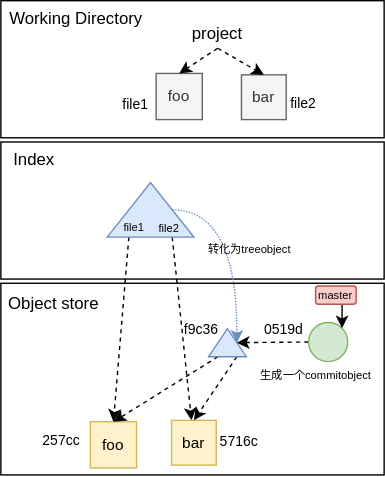
Earlier version of the draw.io export git_learning/git内部存储.drawio.svg (SixPlusAndTimes/drawio). Source tidied: cells renumbered, new cells last; positions are measured from the earlier drawing's top-left corner, leaving out a move shared by most shapes.
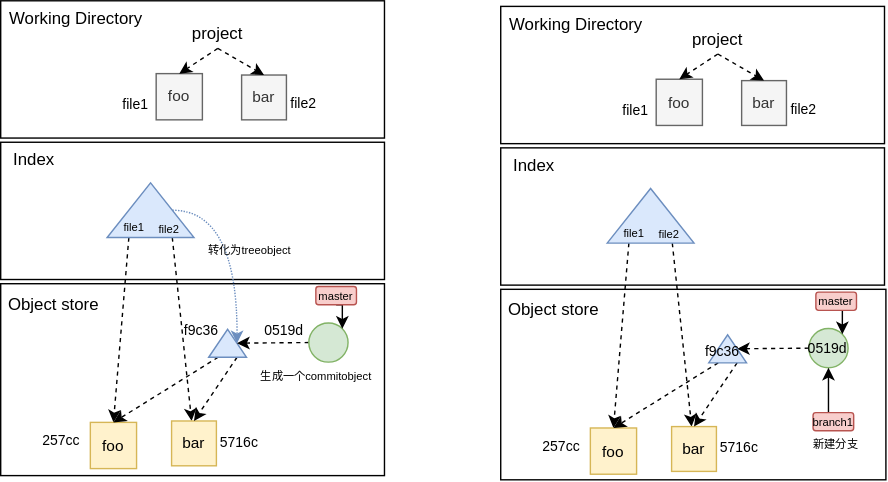
After the commit.

Commit message:
更新git内部存储.drawio.svg

What changed in the source:
```diff
@@ -104,5 +104,107 @@
     <mxCell id="35" value="&lt;font style=&quot;font-size: 8px;&quot;&gt;master&lt;/font&gt;" style="rounded=1;whiteSpace=wrap;html=1;fillColor=#f8cecc;strokeColor=#b85450;" parent="1" vertex="1">
       <mxGeometry x="225" y="204" width="29" height="13" as="geometry" />
     </mxCell>
+    <mxCell id="36" style="rounded=0;whiteSpace=wrap;html=1;" parent="1" vertex="1">
+      <mxGeometry x="357" y="4" width="274" height="98" as="geometry" />
+    </mxCell>
+    <mxCell id="37" style="rounded=0;whiteSpace=wrap;html=1;" parent="1" vertex="1">
+      <mxGeometry x="357" y="105" width="274" height="98" as="geometry" />
+    </mxCell>
+    <mxCell id="38" style="rounded=0;whiteSpace=wrap;html=1;" parent="1" vertex="1">
+      <mxGeometry x="357" y="206" width="275" height="136" as="geometry" />
+    </mxCell>
+    <mxCell id="39" value="Working Directory" style="text;html=1;align=center;verticalAlign=middle;whiteSpace=wrap;rounded=0;" parent="1" vertex="1">
+      <mxGeometry x="358" y="5" width="106" height="24" as="geometry" />
+    </mxCell>
+    <mxCell id="40" value="Index" style="text;html=1;align=center;verticalAlign=middle;whiteSpace=wrap;rounded=0;" parent="1" vertex="1">
+      <mxGeometry x="357" y="106" width="48" height="24" as="geometry" />
+    </mxCell>
+    <mxCell id="41" value="Object store" style="text;html=1;align=center;verticalAlign=middle;whiteSpace=wrap;rounded=0;" parent="1" vertex="1">
+      <mxGeometry x="361" y="209" width="68" height="24" as="geometry" />
+    </mxCell>
+    <mxCell id="42" value="&lt;font style=&quot;font-size: 11px;&quot;&gt;foo&lt;/font&gt;" style="whiteSpace=wrap;html=1;fillColor=#f5f5f5;fontColor=#333333;strokeColor=#666666;" parent="1" vertex="1">
+      <mxGeometry x="468" y="56" width="33" height="33" as="geometry" />
+    </mxCell>
+    <mxCell id="43" value="&lt;font style=&quot;font-size: 11px;&quot;&gt;bar&lt;/font&gt;" style="whiteSpace=wrap;html=1;fillColor=#f5f5f5;fontColor=#333333;strokeColor=#666666;" parent="1" vertex="1">
+      <mxGeometry x="529" y="57" width="32" height="32" as="geometry" />
+    </mxCell>
+    <mxCell id="44" style="rounded=0;jettySize=auto;html=1;exitX=0.5;exitY=1;exitDx=0;exitDy=0;entryX=0.5;entryY=0;entryDx=0;entryDy=0;dashed=1;" parent="1" edge="1" source="46" target="42">
+      <mxGeometry relative="1" as="geometry" />
+    </mxCell>
+    <mxCell id="45" style="rounded=0;jettySize=auto;html=1;exitX=0.5;exitY=1;exitDx=0;exitDy=0;entryX=0.5;entryY=0;entryDx=0;entryDy=0;dashed=1;" parent="1" edge="1" source="46" target="43">
+      <mxGeometry relative="1" as="geometry" />
+    </mxCell>
+    <mxCell id="46" value="project" style="text;html=1;align=center;verticalAlign=middle;whiteSpace=wrap;rounded=0;" parent="1" vertex="1">
+      <mxGeometry x="492" y="17" width="40" height="21" as="geometry" />
+    </mxCell>
+    <mxCell id="47" value="&lt;font style=&quot;font-size: 10px;&quot;&gt;file1&lt;/font&gt;" style="text;html=1;align=center;verticalAlign=middle;whiteSpace=wrap;rounded=0;" parent="1" vertex="1">
+      <mxGeometry x="443" y="69" width="21" height="18" as="geometry" />
+    </mxCell>
+    <mxCell id="48" value="&lt;font style=&quot;font-size: 10px;&quot;&gt;file2&lt;/font&gt;" style="text;html=1;align=center;verticalAlign=middle;whiteSpace=wrap;rounded=0;" parent="1" vertex="1">
+      <mxGeometry x="563" y="68" width="21" height="18" as="geometry" />
+    </mxCell>
+    <mxCell id="49" style="rounded=0;jettySize=auto;html=1;exitX=0;exitY=0.25;exitDx=0;exitDy=0;entryX=0.5;entryY=0;entryDx=0;entryDy=0;dashed=1;" parent="1" edge="1" source="51" target="52">
+      <mxGeometry relative="1" as="geometry" />
+    </mxCell>
+    <mxCell id="50" style="rounded=0;jettySize=auto;html=1;exitX=0;exitY=0.75;exitDx=0;exitDy=0;dashed=1;" parent="1" edge="1" source="51" target="53">
+      <mxGeometry relative="1" as="geometry" />
+    </mxCell>
+    <mxCell id="51" style="triangle;whiteSpace=wrap;html=1;rotation=-90;fillColor=#dae8fc;strokeColor=#6c8ebf;" parent="1" vertex="1">
+      <mxGeometry x="444.5" y="122.5" width="39" height="62" as="geometry" />
+    </mxCell>
+    <mxCell id="52" value="&lt;font style=&quot;font-size: 11px;&quot;&gt;foo&lt;/font&gt;" style="whiteSpace=wrap;html=1;fillColor=#fff2cc;strokeColor=#d6b656;" parent="1" vertex="1">
+      <mxGeometry x="421" y="305" width="33" height="33" as="geometry" />
+    </mxCell>
+    <mxCell id="53" value="&lt;font style=&quot;font-size: 11px;&quot;&gt;bar&lt;/font&gt;" style="whiteSpace=wrap;html=1;fillColor=#fff2cc;strokeColor=#d6b656;" parent="1" vertex="1">
+      <mxGeometry x="479" y="304" width="32" height="32" as="geometry" />
+    </mxCell>
+    <mxCell id="54" value="&lt;font style=&quot;font-size: 10px;&quot;&gt;257cc&lt;/font&gt;" style="text;html=1;align=center;verticalAlign=middle;whiteSpace=wrap;rounded=0;" parent="1" vertex="1">
+      <mxGeometry x="390" y="309" width="21" height="18" as="geometry" />
+    </mxCell>
+    <mxCell id="55" value="&lt;font style=&quot;font-size: 10px;&quot;&gt;5716c&lt;/font&gt;" style="text;html=1;align=center;verticalAlign=middle;whiteSpace=wrap;rounded=0;" parent="1" vertex="1">
+      <mxGeometry x="517" y="310" width="21" height="18" as="geometry" />
+    </mxCell>
+    <mxCell id="56" value="&lt;font style=&quot;font-size: 8px;&quot;&gt;file1&lt;/font&gt;" style="text;html=1;align=center;verticalAlign=middle;whiteSpace=wrap;rounded=0;" parent="1" vertex="1">
+      <mxGeometry x="442" y="156" width="21" height="18" as="geometry" />
+    </mxCell>
+    <mxCell id="57" value="&lt;font style=&quot;font-size: 8px;&quot;&gt;file2&lt;/font&gt;" style="text;html=1;align=center;verticalAlign=middle;whiteSpace=wrap;rounded=0;" parent="1" vertex="1">
+      <mxGeometry x="467" y="157" width="21" height="18" as="geometry" />
+    </mxCell>
+    <mxCell id="58" style="rounded=0;jettySize=auto;html=1;exitX=0;exitY=0.25;exitDx=0;exitDy=0;entryX=0.5;entryY=0;entryDx=0;entryDy=0;dashed=1;" parent="1" edge="1" source="60" target="52">
+      <mxGeometry relative="1" as="geometry" />
+    </mxCell>
+    <mxCell id="59" style="rounded=0;jettySize=auto;html=1;exitX=0;exitY=0.75;exitDx=0;exitDy=0;entryX=0.5;entryY=0;entryDx=0;entryDy=0;dashed=1;" parent="1" edge="1" source="60" target="53">
+      <mxGeometry relative="1" as="geometry" />
+    </mxCell>
+    <mxCell id="60" style="triangle;whiteSpace=wrap;html=1;rotation=-90;fillColor=#dae8fc;strokeColor=#6c8ebf;" parent="1" vertex="1">
+      <mxGeometry x="509" y="235" width="20" height="27" as="geometry" />
+    </mxCell>
+    <mxCell id="61" style="rounded=0;jettySize=auto;html=1;exitX=0;exitY=0.5;exitDx=0;exitDy=0;dashed=1;" parent="1" edge="1" source="62" target="60">
+      <mxGeometry relative="1" as="geometry" />
+    </mxCell>
+    <mxCell id="62" style="ellipse;whiteSpace=wrap;html=1;fillColor=#d5e8d4;strokeColor=#82b366;" parent="1" vertex="1">
+      <mxGeometry x="577" y="234" width="28" height="28" as="geometry" />
+    </mxCell>
+    <mxCell id="63" value="&lt;font style=&quot;font-size: 10px;&quot;&gt;f9c36&lt;/font&gt;" style="text;html=1;align=center;verticalAlign=middle;whiteSpace=wrap;rounded=0;" parent="1" vertex="1">
+      <mxGeometry x="505" y="241" width="21" height="18" as="geometry" />
+    </mxCell>
+    <mxCell id="64" value="&lt;font style=&quot;font-size: 10px;&quot;&gt;0519d&lt;/font&gt;" style="text;html=1;align=center;verticalAlign=middle;whiteSpace=wrap;rounded=0;" parent="1" vertex="1">
+      <mxGeometry x="580" y="239" width="21" height="18" as="geometry" />
+    </mxCell>
+    <mxCell id="65" style="edgeStyle=orthogonalEdgeStyle;rounded=0;jettySize=auto;html=1;exitX=0.5;exitY=1;exitDx=0;exitDy=0;entryX=1;entryY=0;entryDx=0;entryDy=0;" parent="1" edge="1" source="66" target="62">
+      <mxGeometry relative="1" as="geometry" />
+    </mxCell>
+    <mxCell id="66" value="&lt;font style=&quot;font-size: 8px;&quot;&gt;master&lt;/font&gt;" style="rounded=1;whiteSpace=wrap;html=1;fillColor=#f8cecc;strokeColor=#b85450;" parent="1" vertex="1">
+      <mxGeometry x="582" y="208" width="29" height="13" as="geometry" />
+    </mxCell>
+    <mxCell id="67" style="edgeStyle=orthogonalEdgeStyle;rounded=0;jettySize=auto;html=1;exitX=0.5;exitY=0;exitDx=0;exitDy=0;entryX=0.5;entryY=1;entryDx=0;entryDy=0;" parent="1" edge="1" source="68" target="62">
+      <mxGeometry relative="1" as="geometry" />
+    </mxCell>
+    <mxCell id="68" value="&lt;font style=&quot;font-size: 8px;&quot;&gt;branch1&lt;/font&gt;" style="rounded=1;whiteSpace=wrap;html=1;fillColor=#f8cecc;strokeColor=#b85450;" parent="1" vertex="1">
+      <mxGeometry x="580" y="294" width="29" height="13" as="geometry" />
+    </mxCell>
+    <mxCell id="69" value="&lt;font style=&quot;font-size: 8px;&quot;&gt;新建分支&lt;/font&gt;" style="text;html=1;align=center;verticalAlign=middle;whiteSpace=wrap;rounded=0;" parent="1" vertex="1">
+      <mxGeometry x="578" y="307" width="37" height="18" as="geometry" />
+    </mxCell>
   </root>
 </mxGraphModel>
```
